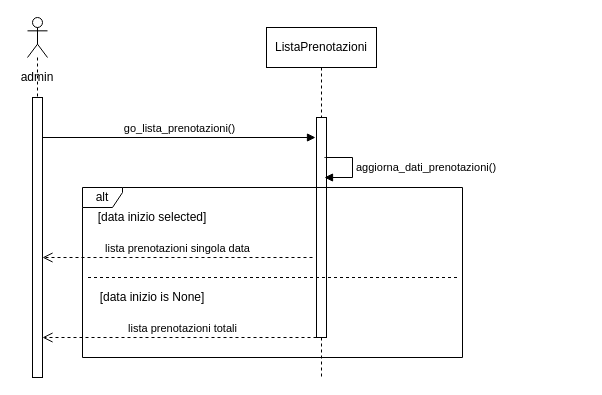
Before: Diagrammi_delle_sequenze/modificabili/diagramma_lista_prenotazioni_entrambi.drawio in fd-col/ProgettoIngegneriaDelSoftware, a draw.io diagram. Source tidied: cells renumbered, new cells numbered last; positions are measured from the earlier drawing's top-left corner, leaving out a move shared by most shapes. Both pictures are drawn from the tidied source at 100%, with x=0, y=0 at pixel (17, 17).
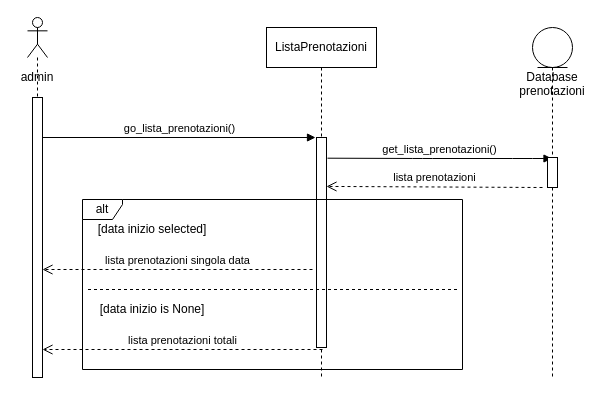
Above is the later version.

Unchanged cells that the change refers to:
```xml
<mxCell id="5" value="&lt;div&gt;ListaPrenotazioni&lt;/div&gt;" style="shape=umlLifeline;perimeter=lifelinePerimeter;whiteSpace=wrap;html=1;" parent="1" vertex="1">
  <mxGeometry x="249" y="10" width="110" height="350" as="geometry" />
</mxCell>
```

Change to the diagram source:
```diff
@@
     <mxCell id="6" style="html=1;points=[];perimeter=orthogonalPerimeter;" parent="5" vertex="1">
-      <mxGeometry x="50" y="90" width="10" height="220" as="geometry" />
+      <mxGeometry x="50" y="110" width="10" height="210" as="geometry" />
     </mxCell>
@@
-    <mxCell id="8" value="aggiorna_dati_prenotazioni()" style="edgeStyle=orthogonalEdgeStyle;html=1;align=left;spacingLeft=2;endArrow=block;rounded=0;" parent="1" edge="1">
-      <mxGeometry relative="1" as="geometry">
-        <mxPoint x="307" y="140" as="sourcePoint" />
-        <mxPoint x="307" y="160" as="targetPoint" />
-        <Array as="points">
-          <mxPoint x="308" y="140" />
-          <mxPoint x="335" y="140" />
-          <mxPoint x="335" y="160" />
-        </Array>
-      </mxGeometry>
-    </mxCell>
     <mxCell id="9" value="&lt;div&gt;lista prenotazioni totali&lt;br&gt;&lt;/div&gt;" style="html=1;verticalAlign=bottom;endArrow=open;dashed=1;endSize=8;" parent="1" edge="1">
       <mxGeometry relative="1" as="geometry">
-        <mxPoint x="305" y="320" as="sourcePoint" />
-        <mxPoint x="25" y="320" as="targetPoint" />
+        <mxPoint x="305" y="332" as="sourcePoint" />
+        <mxPoint x="25" y="332" as="targetPoint" />
       </mxGeometry>
     </mxCell>
     <mxCell id="10" value="alt" style="shape=umlFrame;whiteSpace=wrap;html=1;width=40;height=20;" parent="1" vertex="1">
-      <mxGeometry x="65" y="170" width="380" height="170" as="geometry" />
+      <mxGeometry x="65" y="182" width="380" height="170" as="geometry" />
     </mxCell>
     <mxCell id="11" style="html=1;verticalAlign=bottom;endArrow=none;dashed=1;endSize=8;endFill=0;" parent="1" edge="1">
       <mxGeometry relative="1" as="geometry">
-        <mxPoint x="439.5" y="260" as="sourcePoint" />
-        <mxPoint x="70.5" y="260" as="targetPoint" />
+        <mxPoint x="439.5" y="272" as="sourcePoint" />
+        <mxPoint x="70.5" y="272" as="targetPoint" />
       </mxGeometry>
     </mxCell>
     <mxCell id="12" value="[data inizio is None]" style="text;html=1;strokeColor=none;fillColor=none;align=center;verticalAlign=middle;whiteSpace=wrap;rounded=0;" parent="1" vertex="1">
-      <mxGeometry x="65" y="270" width="140" height="20" as="geometry" />
+      <mxGeometry x="65" y="282" width="140" height="20" as="geometry" />
     </mxCell>
     <mxCell id="13" value="[data inizio selected]" style="text;html=1;strokeColor=none;fillColor=none;align=center;verticalAlign=middle;whiteSpace=wrap;rounded=0;" parent="1" vertex="1">
-      <mxGeometry x="65" y="190" width="140" height="20" as="geometry" />
+      <mxGeometry x="65" y="202" width="140" height="20" as="geometry" />
     </mxCell>
     <mxCell id="14" value="&lt;div&gt;lista prenotazioni singola data&lt;br&gt;&lt;/div&gt;" style="html=1;verticalAlign=bottom;endArrow=open;dashed=1;endSize=8;" parent="1" edge="1">
       <mxGeometry relative="1" as="geometry">
-        <mxPoint x="295" y="240" as="sourcePoint" />
-        <mxPoint x="25" y="240" as="targetPoint" />
+        <mxPoint x="295" y="252" as="sourcePoint" />
+        <mxPoint x="25" y="252" as="targetPoint" />
       </mxGeometry>
     </mxCell>
+    <mxCell id="15" value="Database&lt;br&gt;prenotazioni" style="shape=umlLifeline;participant=umlEntity;perimeter=lifelinePerimeter;whiteSpace=wrap;html=1;verticalAlign=top;spacingTop=36;" parent="1" vertex="1">
+      <mxGeometry x="515" y="10" width="40" height="350" as="geometry" />
+    </mxCell>
+    <mxCell id="16" value="get_lista_prenotazioni()" style="html=1;verticalAlign=bottom;endArrow=block;exitX=1.1;exitY=0.17;exitDx=0;exitDy=0;exitPerimeter=0;" parent="1" edge="1">
+      <mxGeometry relative="1" as="geometry">
+        <mxPoint x="310" y="140.7" as="sourcePoint" />
+        <mxPoint x="534.5" y="141" as="targetPoint" />
+        <Array as="points">
+          <mxPoint x="405" y="141" />
+          <mxPoint x="505" y="141" />
+        </Array>
+      </mxGeometry>
+    </mxCell>
+    <mxCell id="17" style="html=1;perimeter=orthogonalPerimeter;" parent="1" vertex="1">
+      <mxGeometry x="530" y="140" width="10" height="30" as="geometry" />
+    </mxCell>
+    <mxCell id="18" value="lista prenotazioni" style="html=1;verticalAlign=bottom;endArrow=open;dashed=1;endSize=8;entryX=1;entryY=0.233;entryDx=0;entryDy=0;entryPerimeter=0;" parent="1" edge="1" target="6">
+      <mxGeometry relative="1" as="geometry">
+        <mxPoint x="525" y="170" as="sourcePoint" />
+      </mxGeometry>
+    </mxCell>
```
